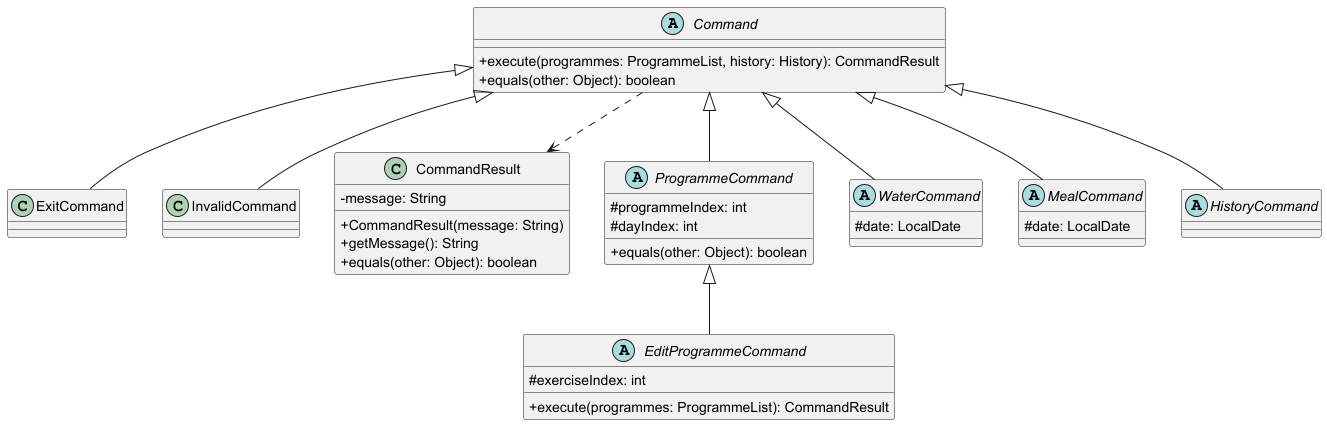
Earlier version of the PlantUML export docs/images/commandSummary.png (nus-cs2113-AY2425S1/tp). Source of this version:
```plantuml
@startuml
skinparam classAttributeIconSize 0

abstract class Command {
    + execute(programmes: ProgrammeList, history: History): CommandResult
    + equals(other: Object): boolean
}

class ExitCommand {
}

class InvalidCommand {
}

class CommandResult {
    - message: String
    + CommandResult(message: String)
    + getMessage(): String
    + equals(other: Object): boolean
}

abstract class ProgrammeCommand {
    # programmeIndex: int
    # dayIndex: int
    + equals(other: Object): boolean
}

abstract class EditProgrammeCommand {
    # exerciseIndex: int
    + execute(programmes: ProgrammeList): CommandResult
}

abstract class WaterCommand {
    # date: LocalDate
}

abstract class MealCommand {
    # date: LocalDate
}

abstract class HistoryCommand {
}

Command <|-- ProgrammeCommand
Command <|-- ExitCommand
Command <|-- InvalidCommand
Command <|-- WaterCommand
Command <|-- MealCommand
Command <|-- HistoryCommand
ProgrammeCommand <|-- EditProgrammeCommand
Command ..> CommandResult

@enduml
```
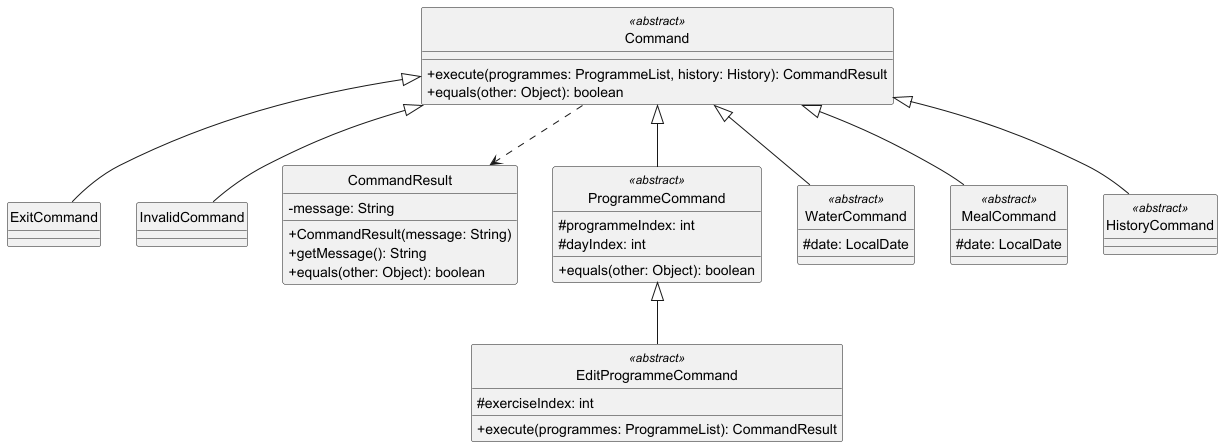
After the change.

The edit, as a diff of the source:
```diff
@@ -1,7 +1,8 @@
 @startuml
 skinparam classAttributeIconSize 0
+hide circle
 
-abstract class Command {
+class Command <<abstract>>{
     + execute(programmes: ProgrammeList, history: History): CommandResult
     + equals(other: Object): boolean
 }
@@ -19,26 +20,26 @@
     + equals(other: Object): boolean
 }
 
-abstract class ProgrammeCommand {
+class ProgrammeCommand <<abstract >>{
     # programmeIndex: int
     # dayIndex: int
     + equals(other: Object): boolean
 }
 
-abstract class EditProgrammeCommand {
+class EditProgrammeCommand <<abstract >>{
     # exerciseIndex: int
     + execute(programmes: ProgrammeList): CommandResult
 }
 
-abstract class WaterCommand {
+class WaterCommand <<abstract >>{
     # date: LocalDate
 }
 
-abstract class MealCommand {
+ class MealCommand <<abstract>>{
     # date: LocalDate
 }
 
-abstract class HistoryCommand {
+ class HistoryCommand <<abstract>>{
 }
 
 Command <|-- ProgrammeCommand
```
